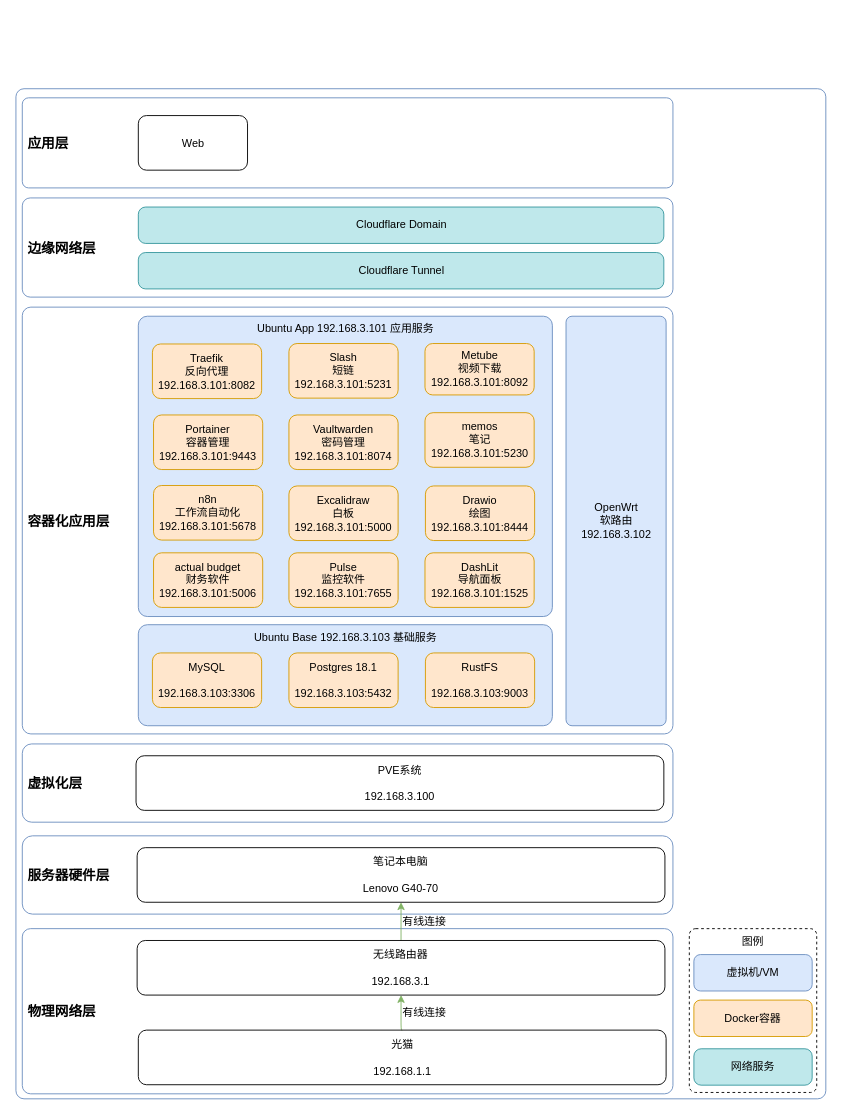
Before: page "HomeLab-Arch-Deploy-Details" (77 of 78) of Moatkon.drawio in moatkon/moatkon, a draw.io diagram. Source tidied: cells renumbered, new cells numbered last; positions are measured from the earlier drawing's top-left corner, leaving out a move shared by most shapes. Both pictures are drawn from the tidied source at 91%, with x=0, y=0 at pixel (15, 88).
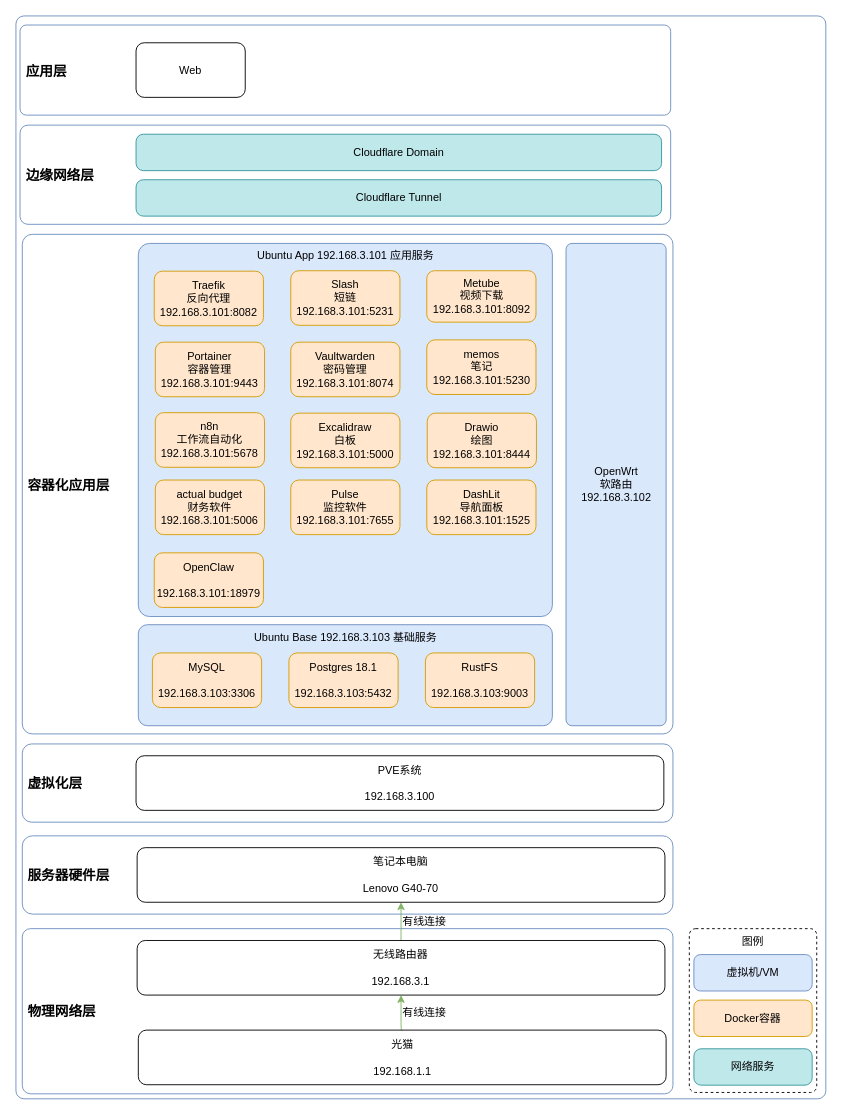
The same diagram, later.

Diff of the diagram source:
```diff
@@
     <mxCell id="2" style="rounded=1;whiteSpace=wrap;html=1;fillColor=default;arcSize=1;strokeColor=#6C8EBF;align=left;fontStyle=1;fontSize=15;" parent="1" vertex="1">
-      <mxGeometry width="890" height="1110" as="geometry" />
+      <mxGeometry y="-80" width="890" height="1190" as="geometry" />
     </mxCell>
@@
     <mxCell id="6" value="&amp;nbsp;容器化应用层" style="rounded=1;whiteSpace=wrap;html=1;fillColor=default;arcSize=2;strokeColor=#6C8EBF;align=left;fontStyle=1;fontSize=15;" parent="1" vertex="1">
-      <mxGeometry x="7" y="240" width="715" height="469" as="geometry" />
+      <mxGeometry x="7" y="160" width="715" height="549" as="geometry" />
     </mxCell>
@@
     <mxCell id="14" value="OpenWrt&lt;br&gt;软路由&lt;br&gt;&lt;span style=&quot;color: rgb(0, 0, 0);&quot;&gt;192.168.3.102&lt;/span&gt;" style="rounded=1;whiteSpace=wrap;html=1;fillColor=#dae8fc;arcSize=6;strokeColor=#6c8ebf;" parent="1" vertex="1">
-      <mxGeometry x="604.5" y="250" width="110" height="450" as="geometry" />
+      <mxGeometry x="604.5" y="170" width="110" height="530" as="geometry" />
     </mxCell>
     <mxCell id="15" value="Ubuntu App 192.168.3.101 应用服务" style="rounded=1;whiteSpace=wrap;html=1;fillColor=#dae8fc;arcSize=3;verticalAlign=top;strokeColor=#6c8ebf;" parent="1" vertex="1">
-      <mxGeometry x="134.5" y="250" width="455" height="330" as="geometry" />
+      <mxGeometry x="134.5" y="170" width="455" height="410" as="geometry" />
     </mxCell>
@@
     <mxCell id="17" value="memos&lt;br&gt;笔记&lt;br&gt;&lt;span style=&quot;color: rgb(0, 0, 0);&quot;&gt;192.168.3.101:5230&lt;/span&gt;" style="rounded=1;whiteSpace=wrap;html=1;fillColor=#ffe6cc;strokeColor=#d79b00;" parent="1" vertex="1">
-      <mxGeometry x="449.5" y="356" width="120" height="60" as="geometry" />
+      <mxGeometry x="451.5" y="276" width="120" height="60" as="geometry" />
     </mxCell>
     <mxCell id="18" value="Portainer&lt;br&gt;容器管理&lt;br&gt;192.168.3.101:9443" style="whiteSpace=wrap;html=1;fillColor=#ffe6cc;rounded=1;strokeColor=#d79b00;flipV=1;" parent="1" vertex="1">
-      <mxGeometry x="151.2" y="358.5" width="120" height="60" as="geometry" />
+      <mxGeometry x="153.2" y="278.5" width="120" height="60" as="geometry" />
     </mxCell>
     <mxCell id="19" value="Slash&lt;br&gt;短链&lt;br&gt;192.168.3.101:5231" style="rounded=1;whiteSpace=wrap;html=1;fillColor=#ffe6cc;strokeColor=#d79b00;" parent="1" vertex="1">
-      <mxGeometry x="300" y="280" width="120" height="60" as="geometry" />
+      <mxGeometry x="302" y="200" width="120" height="60" as="geometry" />
     </mxCell>
     <mxCell id="20" value="Traefik&lt;br&gt;&lt;div&gt;反向代理&lt;br&gt;192.168.3.101:8082&lt;/div&gt;" style="rounded=1;whiteSpace=wrap;html=1;fillColor=#ffe6cc;strokeColor=#d79b00;flipV=1;" parent="1" vertex="1">
-      <mxGeometry x="150" y="280.5" width="120" height="60" as="geometry" />
+      <mxGeometry x="152" y="200.5" width="120" height="60" as="geometry" />
     </mxCell>
     <mxCell id="21" value="Metube&lt;br&gt;视频下载&lt;div&gt;192.168.3.101:8092&lt;/div&gt;" style="rounded=1;whiteSpace=wrap;html=1;fillColor=#ffe6cc;strokeColor=#d79b00;" parent="1" vertex="1">
-      <mxGeometry x="449.5" y="280" width="120" height="56.5" as="geometry" />
+      <mxGeometry x="451.5" y="200" width="120" height="56.5" as="geometry" />
     </mxCell>
     <mxCell id="22" value="Vaultwarden&lt;br&gt;&lt;div&gt;密码管理&lt;br&gt;192.168.3.101:8074&lt;/div&gt;" style="rounded=1;whiteSpace=wrap;html=1;fillColor=#ffe6cc;strokeColor=#d79b00;flipV=1;" parent="1" vertex="1">
-      <mxGeometry x="300" y="358.5" width="120" height="60" as="geometry" />
+      <mxGeometry x="302" y="278.5" width="120" height="60" as="geometry" />
     </mxCell>
@@
     <mxCell id="27" value="&amp;nbsp;应用层" style="rounded=1;whiteSpace=wrap;html=1;fillColor=default;arcSize=7;strokeColor=#6C8EBF;align=left;fontStyle=1;fontSize=15;" parent="1" vertex="1">
-      <mxGeometry x="7" y="10" width="715" height="99" as="geometry" />
+      <mxGeometry x="4.5" y="-70" width="715" height="99" as="geometry" />
     </mxCell>
     <mxCell id="28" value="Web" style="rounded=1;whiteSpace=wrap;html=1;fillColor=none;" parent="1" vertex="1">
-      <mxGeometry x="134.5" y="29.5" width="120" height="60" as="geometry" />
+      <mxGeometry x="132" y="-50.5" width="120" height="60" as="geometry" />
     </mxCell>
     <mxCell id="29" value="&amp;nbsp;边缘网络层" style="rounded=1;whiteSpace=wrap;html=1;fillColor=default;arcSize=8;strokeColor=#6C8EBF;align=left;fontStyle=1;fontSize=15;" parent="1" vertex="1">
-      <mxGeometry x="7" y="120" width="715" height="109" as="geometry" />
+      <mxGeometry x="4.5" y="40" width="715" height="109" as="geometry" />
     </mxCell>
     <mxCell id="30" value="Cloudflare Tunnel" style="rounded=1;whiteSpace=wrap;html=1;fillColor=#b0e3e6;strokeColor=#0e8088;flipV=1;arcSize=20;opacity=80;" parent="1" vertex="1">
-      <mxGeometry x="134.5" y="180" width="577.5" height="40" as="geometry" />
+      <mxGeometry x="132" y="100" width="577.5" height="40" as="geometry" />
     </mxCell>
     <mxCell id="31" value="Cloudflare Domain" style="rounded=1;whiteSpace=wrap;html=1;fillColor=#b0e3e6;strokeColor=#0e8088;flipV=1;arcSize=20;opacity=80;" parent="1" vertex="1">
-      <mxGeometry x="134.5" y="130" width="577.5" height="40" as="geometry" />
+      <mxGeometry x="132" y="50" width="577.5" height="40" as="geometry" />
     </mxCell>
@@
     <mxCell id="33" value="n8n&lt;br&gt;工作流自动化&lt;br&gt;192.168.3.101:5678" style="whiteSpace=wrap;html=1;fillColor=#ffe6cc;rounded=1;strokeColor=#d79b00;flipV=1;" parent="1" vertex="1">
-      <mxGeometry x="151.2" y="436" width="120" height="60" as="geometry" />
+      <mxGeometry x="153.2" y="356" width="120" height="60" as="geometry" />
     </mxCell>
     <mxCell id="34" value="Excalidraw&lt;br&gt;白板&lt;br&gt;192.168.3.101:5000" style="whiteSpace=wrap;html=1;fillColor=#ffe6cc;rounded=1;strokeColor=#d79b00;flipV=1;" parent="1" vertex="1">
-      <mxGeometry x="300" y="436.5" width="120" height="60" as="geometry" />
+      <mxGeometry x="302" y="356.5" width="120" height="60" as="geometry" />
     </mxCell>
     <mxCell id="35" value="Drawio&lt;br&gt;绘图&lt;br&gt;192.168.3.101:8444" style="whiteSpace=wrap;html=1;fillColor=#ffe6cc;rounded=1;strokeColor=#d79b00;flipV=1;" parent="1" vertex="1">
-      <mxGeometry x="450" y="436.5" width="120" height="60" as="geometry" />
+      <mxGeometry x="452" y="356.5" width="120" height="60" as="geometry" />
     </mxCell>
@@
     <mxCell id="37" value="actual budget&lt;br&gt;财务软件&lt;br&gt;192.168.3.101:5006" style="whiteSpace=wrap;html=1;fillColor=#ffe6cc;rounded=1;strokeColor=#d79b00;flipV=1;" parent="1" vertex="1">
-      <mxGeometry x="151.2" y="510" width="120" height="60" as="geometry" />
+      <mxGeometry x="153.2" y="430" width="120" height="60" as="geometry" />
     </mxCell>
@@
     <mxCell id="40" value="Pulse&lt;br&gt;监控软件&lt;br&gt;192.168.3.101:7655" style="whiteSpace=wrap;html=1;fillColor=#ffe6cc;rounded=1;strokeColor=#d79b00;flipV=1;" parent="1" vertex="1">
-      <mxGeometry x="300" y="510" width="120" height="60" as="geometry" />
+      <mxGeometry x="302" y="430" width="120" height="60" as="geometry" />
     </mxCell>
     <mxCell id="41" value="DashLit&lt;br&gt;导航面板&lt;br&gt;192.168.3.101:1525" style="whiteSpace=wrap;html=1;fillColor=#ffe6cc;rounded=1;strokeColor=#d79b00;flipV=1;" parent="1" vertex="1">
-      <mxGeometry x="449.5" y="510" width="120" height="60" as="geometry" />
+      <mxGeometry x="451.5" y="430" width="120" height="60" as="geometry" />
     </mxCell>
+    <mxCell id="42" value="OpenClaw&lt;br&gt;&lt;br&gt;192.168.3.101:18979" style="whiteSpace=wrap;html=1;fillColor=#ffe6cc;rounded=1;strokeColor=#d79b00;flipV=1;" parent="1" vertex="1">
+      <mxGeometry x="152" y="510" width="120" height="60" as="geometry" />
+    </mxCell>
```
